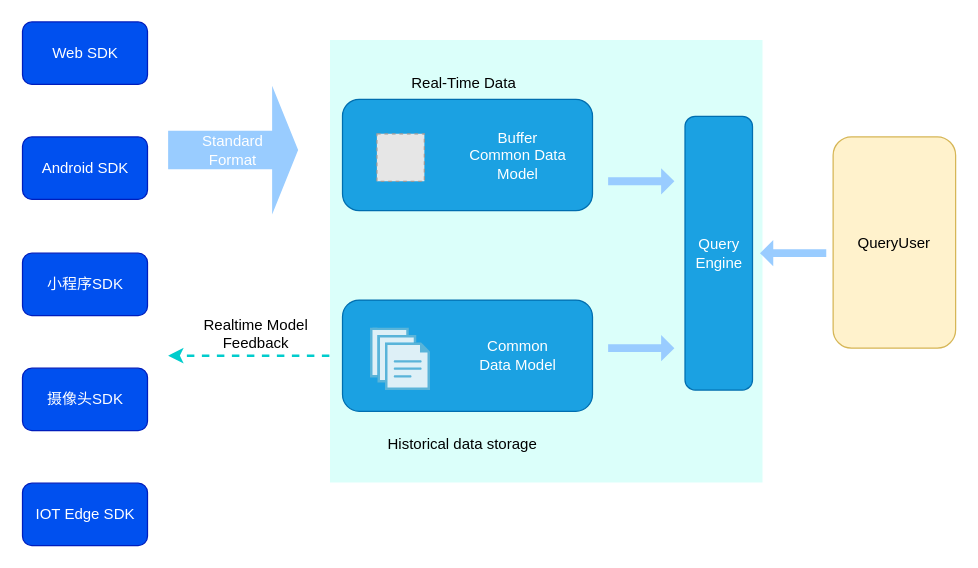
Earlier version of the draw.io diagram page "IOTA架构" (1 of 3) of drawio/大数据IOTA 架构.drawio (weiwen111/diagram). Source tidied: cells renumbered, new cells numbered last; positions are measured from the earlier drawing's top-left corner, leaving out a move shared by most shapes. Both pictures are drawn from the tidied source at 125%, with x=0, y=0 at pixel (21, 21). Pictures stored in the file or linked from it are replaced by grey dashed boxes.
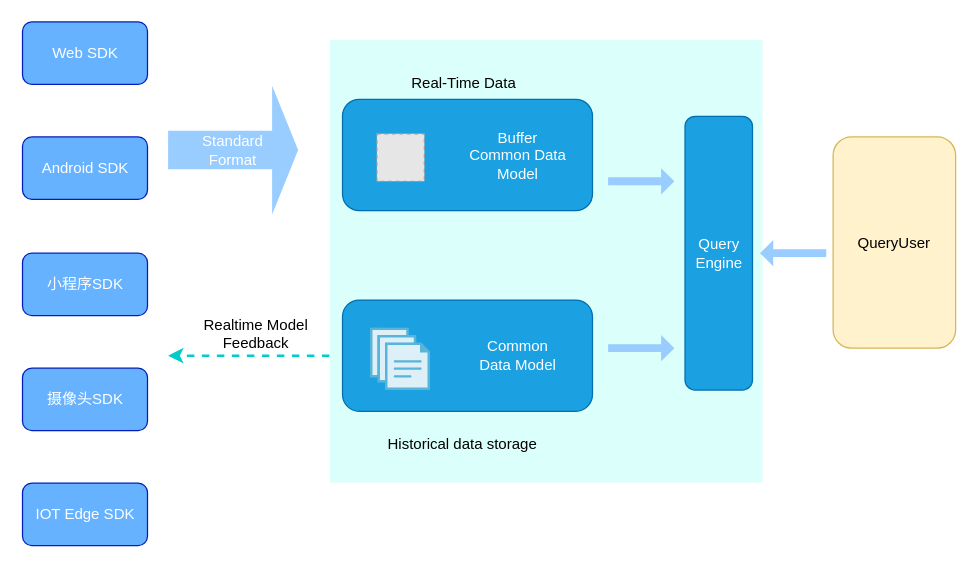
Above is the later version.

What changed in the source:
```diff
@@
-    <mxCell id="3" value="Web SDK" style="rounded=1;whiteSpace=wrap;html=1;strokeColor=#001DBC;fillColor=#0050ef;fontColor=#ffffff;" parent="1" vertex="1">
+    <mxCell id="3" value="Web SDK" style="rounded=1;whiteSpace=wrap;html=1;strokeColor=#001DBC;fillColor=#66B2FF;fontColor=#ffffff;" parent="1" vertex="1">
       <mxGeometry x="0.5" width="100" height="50" as="geometry" />
     </mxCell>
-    <mxCell id="4" value="Android SDK" style="rounded=1;whiteSpace=wrap;html=1;strokeColor=#001DBC;fillColor=#0050ef;fontColor=#ffffff;" parent="1" vertex="1">
+    <mxCell id="4" value="Android SDK" style="rounded=1;whiteSpace=wrap;html=1;strokeColor=#001DBC;fillColor=#66B2FF;fontColor=#ffffff;" parent="1" vertex="1">
       <mxGeometry x="0.5" y="92" width="100" height="50" as="geometry" />
     </mxCell>
-    <mxCell id="5" value="小程序SDK" style="rounded=1;whiteSpace=wrap;html=1;strokeColor=#001DBC;fillColor=#0050ef;fontColor=#ffffff;" parent="1" vertex="1">
+    <mxCell id="5" value="小程序SDK" style="rounded=1;whiteSpace=wrap;html=1;strokeColor=#001DBC;fillColor=#66B2FF;fontColor=#ffffff;" parent="1" vertex="1">
       <mxGeometry x="0.5" y="185" width="100" height="50" as="geometry" />
     </mxCell>
-    <mxCell id="6" value="摄像头SDK" style="rounded=1;whiteSpace=wrap;html=1;strokeColor=#001DBC;fillColor=#0050ef;fontColor=#ffffff;" parent="1" vertex="1">
+    <mxCell id="6" value="摄像头SDK" style="rounded=1;whiteSpace=wrap;html=1;strokeColor=#001DBC;fillColor=#66B2FF;fontColor=#ffffff;" parent="1" vertex="1">
       <mxGeometry x="0.5" y="277" width="100" height="50" as="geometry" />
     </mxCell>
-    <mxCell id="7" value="IOT Edge SDK" style="rounded=1;whiteSpace=wrap;html=1;strokeColor=#001DBC;fillColor=#0050ef;fontColor=#ffffff;" parent="1" vertex="1">
+    <mxCell id="7" value="IOT Edge SDK" style="rounded=1;whiteSpace=wrap;html=1;strokeColor=#001DBC;fillColor=#66B2FF;fontColor=#ffffff;" parent="1" vertex="1">
       <mxGeometry x="0.5" y="369" width="100" height="50" as="geometry" />
     </mxCell>
```
